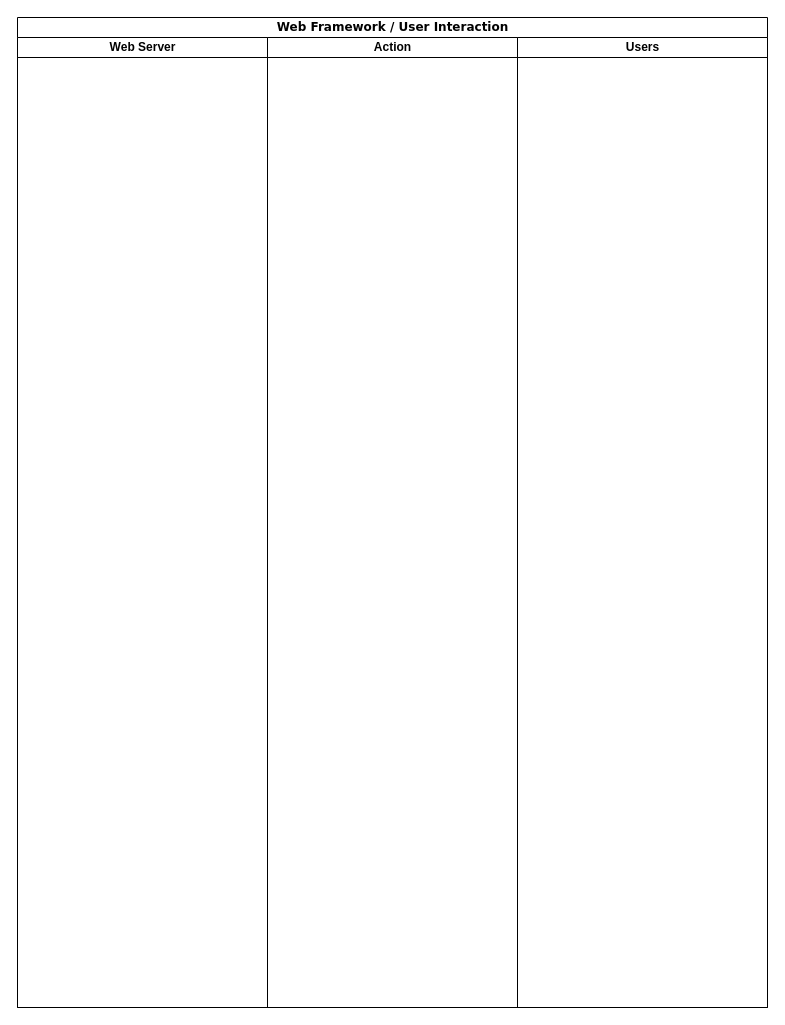
This is ITIS4155_UML.drawio from kodeschreiber/ITIS4155, a draw.io file, before an edit. Source tidied: cells renumbered, new cells numbered last; positions are measured from the earlier drawing's top-left corner, leaving out a move shared by most shapes. Both pictures are drawn from the tidied source at 100%, with x=0, y=0 at pixel (17, 17).
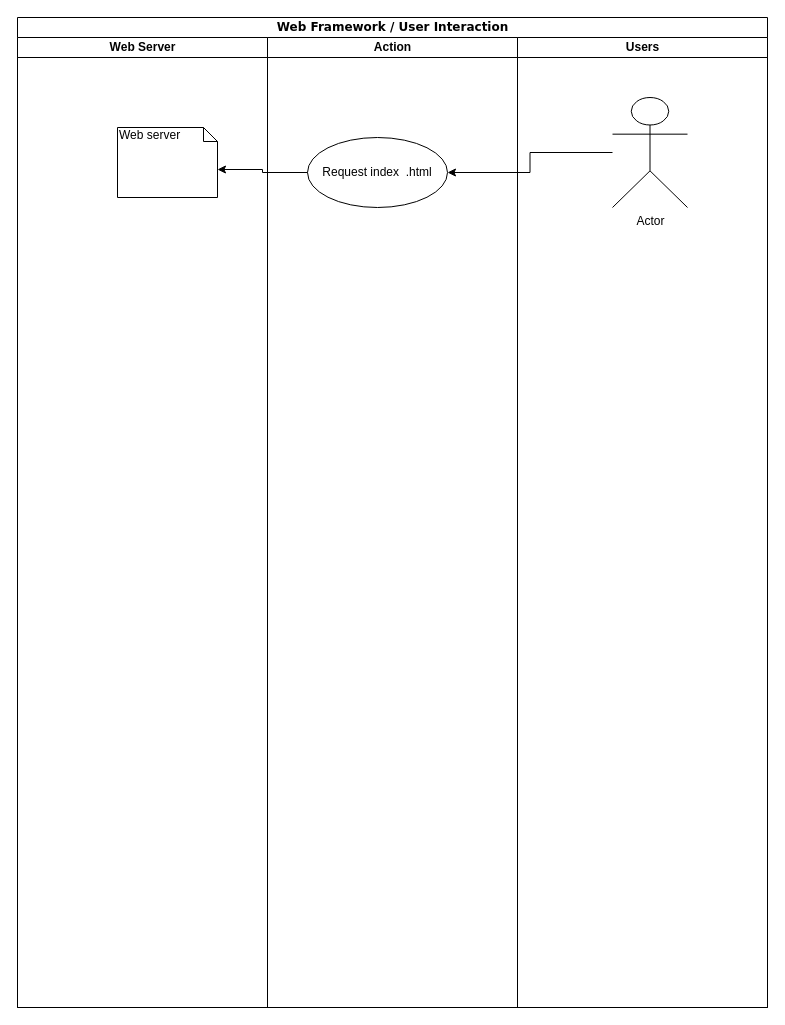
After the change.

Commit message:
Update ITIS4155_Added  example of  use case

Diff of the diagram source:
```diff
@@
 <mxGraphModel background="#ffffff">
   <root>
     <mxCell id="0" />
     <mxCell id="1" parent="0" />
     <mxCell id="2" value="Web Framework / User Interaction" style="swimlane;html=1;startSize=20;rounded=0;shadow=0;comic=0;labelBackgroundColor=none;strokeColor=#000000;strokeWidth=1;fillColor=#ffffff;fontFamily=Verdana;fontSize=12;fontColor=#000000;align=center;" parent="1" vertex="1">
       <mxGeometry width="750" height="990" as="geometry" />
     </mxCell>
     <mxCell id="3" value="Web Server" style="swimlane;html=1;startSize=20;" parent="2" vertex="1">
       <mxGeometry y="20" width="250" height="970" as="geometry" />
     </mxCell>
+    <mxCell id="6" value="Web server" style="shape=note;whiteSpace=wrap;html=1;size=14;verticalAlign=top;align=left;spacingTop=-6;" parent="3" vertex="1">
+      <mxGeometry x="100" y="90" width="100" height="70" as="geometry" />
+    </mxCell>
     <mxCell id="4" value="Action" style="swimlane;html=1;startSize=20;" parent="2" vertex="1">
       <mxGeometry x="250" y="20" width="250" height="970" as="geometry" />
     </mxCell>
+    <mxCell id="7" value="Request index&amp;nbsp; .html" style="ellipse;whiteSpace=wrap;html=1;" parent="4" vertex="1">
+      <mxGeometry x="40" y="100" width="140" height="70" as="geometry" />
+    </mxCell>
     <mxCell id="5" value="Users" style="swimlane;html=1;startSize=20;" parent="2" vertex="1">
       <mxGeometry x="500" y="20" width="250" height="970" as="geometry" />
     </mxCell>
+    <mxCell id="8" value="Actor" style="shape=umlActor;verticalLabelPosition=bottom;labelBackgroundColor=#ffffff;verticalAlign=top;html=1;" parent="5" vertex="1">
+      <mxGeometry x="95" y="60" width="75" height="110" as="geometry" />
+    </mxCell>
+    <mxCell id="9" style="edgeStyle=orthogonalEdgeStyle;rounded=0;jettySize=auto;html=1;entryX=1;entryY=0.5;entryDx=0;entryDy=0;" parent="2" edge="1" source="8" target="7">
+      <mxGeometry relative="1" as="geometry" />
+    </mxCell>
+    <mxCell id="10" style="edgeStyle=orthogonalEdgeStyle;rounded=0;jettySize=auto;html=1;entryX=0;entryY=0;entryDx=100;entryDy=42;entryPerimeter=0;" parent="2" edge="1" source="7" target="6">
+      <mxGeometry relative="1" as="geometry" />
+    </mxCell>
   </root>
 </mxGraphModel>
```
